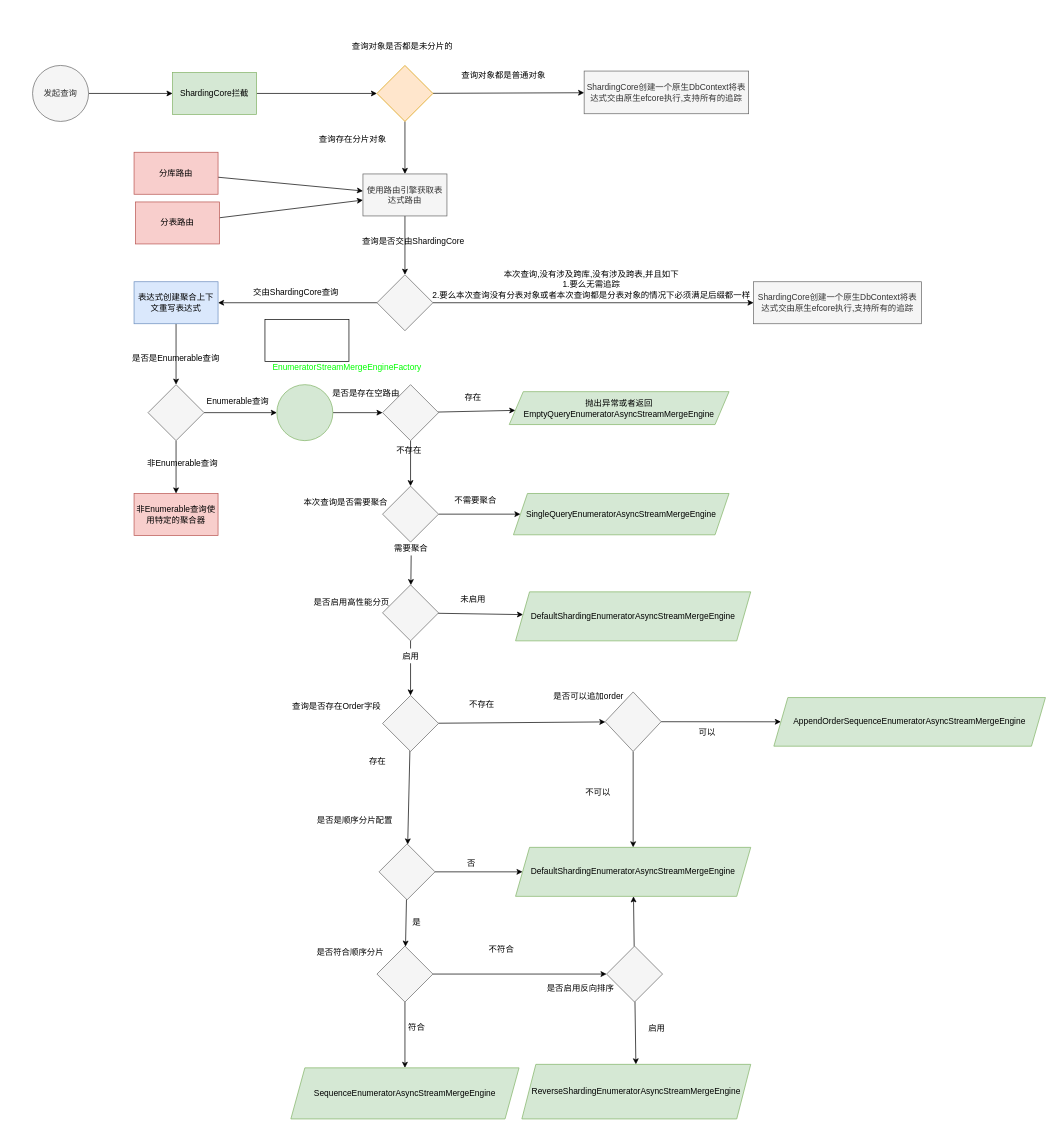
The draw.io diagram draws/query-process.drawio in dorisoy/Sharding-Core-Doc, before the edit. Source tidied: cells renumbered, new cells numbered last; positions are measured from the earlier drawing's top-left corner, leaving out a move shared by most shapes. Both pictures are drawn from the tidied source at 70%, with x=0, y=0 at pixel (32, 38).
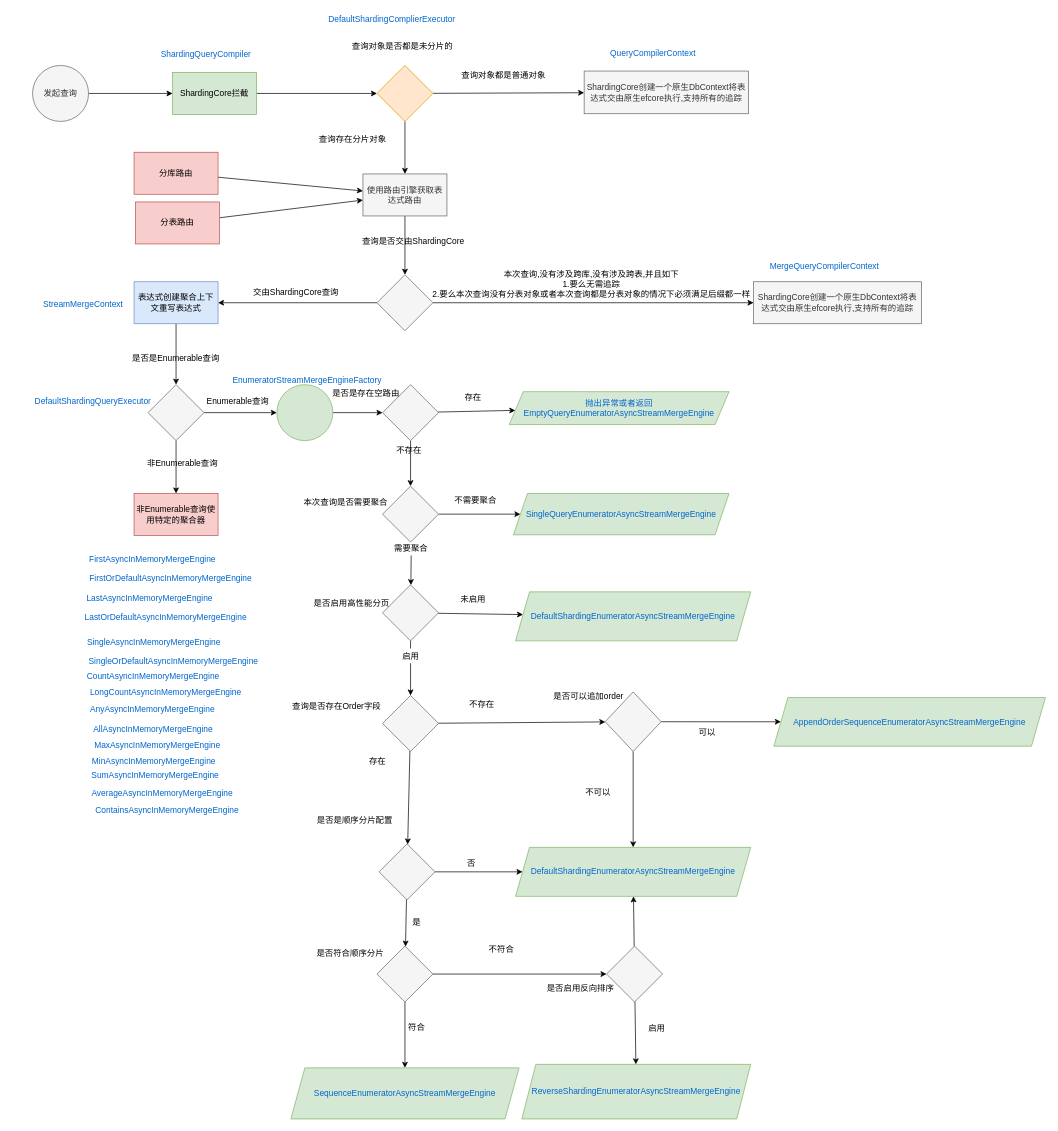
The same page after the edit.

Change to the diagram source:
```diff
@@
-    <mxCell id="41" value="&lt;font color=&quot;#00ff00&quot;&gt;EnumeratorStreamMergeEngineFactory&lt;/font&gt;" style="text;html=1;align=center;verticalAlign=middle;strokeColor=none;" parent="1" vertex="1">
-      <mxGeometry x="337" y="462" width="223" height="18" as="geometry" />
+    <mxCell id="41" value="&lt;font color=&quot;#0066cc&quot;&gt;EnumeratorStreamMergeEngineFactory&lt;/font&gt;" style="text;html=1;align=center;verticalAlign=middle;strokeColor=none;" parent="1" vertex="1">
+      <mxGeometry x="280" y="480" width="223" height="18" as="geometry" />
     </mxCell>
-    <mxCell id="42" style="rounded=0;whiteSpace=wrap;html=1;" parent="1" vertex="1">
-      <mxGeometry x="332" y="402" width="120" height="60" as="geometry" />
-    </mxCell>
-    <mxCell id="43" value="&lt;font color=&quot;#000000&quot;&gt;抛出异常或者返回EmptyQueryEnumeratorAsyncStreamMergeEngine&lt;/font&gt;" style="shape=parallelogram;perimeter=parallelogramPerimeter;whiteSpace=wrap;html=1;fixedSize=1;fillColor=#d5e8d4;strokeColor=#82b366;" parent="1" vertex="1">
+    <mxCell id="43" value="&lt;font color=&quot;#0066cc&quot;&gt;抛出异常或者返回EmptyQueryEnumeratorAsyncStreamMergeEngine&lt;/font&gt;" style="shape=parallelogram;perimeter=parallelogramPerimeter;whiteSpace=wrap;html=1;fixedSize=1;fillColor=#d5e8d4;strokeColor=#82b366;" parent="1" vertex="1">
       <mxGeometry x="681" y="505" width="314" height="47" as="geometry" />
     </mxCell>
@@
-    <mxCell id="50" value="&lt;font color=&quot;#000000&quot;&gt;SingleQueryEnumeratorAsyncStreamMergeEngine&lt;/font&gt;" style="shape=parallelogram;perimeter=parallelogramPerimeter;whiteSpace=wrap;html=1;fixedSize=1;fillColor=#d5e8d4;strokeColor=#82b366;" parent="1" vertex="1">
+    <mxCell id="50" value="&lt;font color=&quot;#0066cc&quot;&gt;SingleQueryEnumeratorAsyncStreamMergeEngine&lt;/font&gt;" style="shape=parallelogram;perimeter=parallelogramPerimeter;whiteSpace=wrap;html=1;fixedSize=1;fillColor=#d5e8d4;strokeColor=#82b366;" parent="1" vertex="1">
       <mxGeometry x="687" y="650.5" width="308" height="59" as="geometry" />
     </mxCell>
@@
-    <mxCell id="56" value="&lt;font color=&quot;#000000&quot;&gt;DefaultShardingEnumeratorAsyncStreamMergeEngine&lt;/font&gt;" style="shape=parallelogram;perimeter=parallelogramPerimeter;whiteSpace=wrap;html=1;fixedSize=1;fillColor=#d5e8d4;strokeColor=#82b366;" parent="1" vertex="1">
+    <mxCell id="56" value="&lt;font color=&quot;#0066cc&quot;&gt;DefaultShardingEnumeratorAsyncStreamMergeEngine&lt;/font&gt;" style="shape=parallelogram;perimeter=parallelogramPerimeter;whiteSpace=wrap;html=1;fixedSize=1;fillColor=#d5e8d4;strokeColor=#82b366;" parent="1" vertex="1">
       <mxGeometry x="690" y="791" width="336" height="70" as="geometry" />
     </mxCell>
@@
-    <mxCell id="65" value="&lt;font color=&quot;#000000&quot;&gt;AppendOrderSequenceEnumeratorAsyncStreamMergeEngine&lt;/font&gt;" style="shape=parallelogram;perimeter=parallelogramPerimeter;whiteSpace=wrap;html=1;fixedSize=1;fillColor=#d5e8d4;strokeColor=#82b366;" parent="1" vertex="1">
+    <mxCell id="65" value="&lt;font color=&quot;#0066cc&quot;&gt;AppendOrderSequenceEnumeratorAsyncStreamMergeEngine&lt;/font&gt;" style="shape=parallelogram;perimeter=parallelogramPerimeter;whiteSpace=wrap;html=1;fixedSize=1;fillColor=#d5e8d4;strokeColor=#82b366;" parent="1" vertex="1">
       <mxGeometry x="1059" y="942" width="388" height="69.5" as="geometry" />
     </mxCell>
@@
-    <mxCell id="80" value="&lt;font color=&quot;#000000&quot;&gt;SequenceEnumeratorAsyncStreamMergeEngine&lt;/font&gt;" style="shape=parallelogram;perimeter=parallelogramPerimeter;whiteSpace=wrap;html=1;fixedSize=1;fillColor=#d5e8d4;strokeColor=#82b366;" parent="1" vertex="1">
+    <mxCell id="80" value="&lt;font color=&quot;#0066cc&quot;&gt;SequenceEnumeratorAsyncStreamMergeEngine&lt;/font&gt;" style="shape=parallelogram;perimeter=parallelogramPerimeter;whiteSpace=wrap;html=1;fixedSize=1;fillColor=#d5e8d4;strokeColor=#82b366;" parent="1" vertex="1">
       <mxGeometry x="369" y="1471" width="326" height="73" as="geometry" />
     </mxCell>
@@
-    <mxCell id="88" value="&lt;font color=&quot;#000000&quot;&gt;ReverseShardingEnumeratorAsyncStreamMergeEngine&lt;/font&gt;" style="shape=parallelogram;perimeter=parallelogramPerimeter;whiteSpace=wrap;html=1;fixedSize=1;fillColor=#d5e8d4;strokeColor=#82b366;" parent="1" vertex="1">
+    <mxCell id="88" value="&lt;font color=&quot;#0066cc&quot;&gt;ReverseShardingEnumeratorAsyncStreamMergeEngine&lt;/font&gt;" style="shape=parallelogram;perimeter=parallelogramPerimeter;whiteSpace=wrap;html=1;fixedSize=1;fillColor=#d5e8d4;strokeColor=#82b366;" parent="1" vertex="1">
       <mxGeometry x="699" y="1466" width="327" height="78" as="geometry" />
     </mxCell>
@@
-    <mxCell id="92" value="&lt;font color=&quot;#000000&quot;&gt;DefaultShardingEnumeratorAsyncStreamMergeEngine&lt;/font&gt;" style="shape=parallelogram;perimeter=parallelogramPerimeter;whiteSpace=wrap;html=1;fixedSize=1;fillColor=#d5e8d4;strokeColor=#82b366;" parent="1" vertex="1">
+    <mxCell id="92" value="&lt;font color=&quot;#0066cc&quot;&gt;DefaultShardingEnumeratorAsyncStreamMergeEngine&lt;/font&gt;" style="shape=parallelogram;perimeter=parallelogramPerimeter;whiteSpace=wrap;html=1;fixedSize=1;fillColor=#d5e8d4;strokeColor=#82b366;" parent="1" vertex="1">
       <mxGeometry x="690" y="1156" width="336" height="70" as="geometry" />
     </mxCell>
@@
+    <mxCell id="94" value="&lt;font color=&quot;#0066cc&quot;&gt;ShardingQueryCompiler&lt;/font&gt;" style="text;html=1;strokeColor=none;fillColor=none;align=center;verticalAlign=middle;whiteSpace=wrap;rounded=0;" parent="1" vertex="1">
+      <mxGeometry x="174" y="12" width="148" height="21" as="geometry" />
+    </mxCell>
+    <mxCell id="95" value="&lt;font color=&quot;#0066cc&quot;&gt;DefaultShardingComplierExecutor&lt;/font&gt;" style="text;html=1;strokeColor=none;fillColor=none;align=center;verticalAlign=middle;whiteSpace=wrap;rounded=0;" parent="1" vertex="1">
+      <mxGeometry x="412" y="-37" width="203" height="22" as="geometry" />
+    </mxCell>
+    <mxCell id="96" value="&lt;font color=&quot;#0066cc&quot;&gt;QueryCompilerContext&lt;/font&gt;" style="text;html=1;strokeColor=none;fillColor=none;align=center;verticalAlign=middle;whiteSpace=wrap;rounded=0;" parent="1" vertex="1">
+      <mxGeometry x="785" y="11" width="203" height="22" as="geometry" />
+    </mxCell>
+    <mxCell id="97" value="&lt;font color=&quot;#0066cc&quot;&gt;StreamMergeContext&lt;/font&gt;" style="text;html=1;strokeColor=none;fillColor=none;align=center;verticalAlign=middle;whiteSpace=wrap;rounded=0;" parent="1" vertex="1">
+      <mxGeometry x="-29" y="370" width="203" height="22" as="geometry" />
+    </mxCell>
+    <mxCell id="98" value="&lt;font color=&quot;#0066cc&quot;&gt;MergeQueryCompilerContext&lt;/font&gt;" style="text;html=1;strokeColor=none;fillColor=none;align=center;verticalAlign=middle;whiteSpace=wrap;rounded=0;" parent="1" vertex="1">
+      <mxGeometry x="1030" y="316" width="203" height="22" as="geometry" />
+    </mxCell>
+    <mxCell id="99" value="&lt;font color=&quot;#0066cc&quot;&gt;DefaultShardingQueryExecutor&lt;/font&gt;" style="text;html=1;align=center;verticalAlign=middle;strokeColor=none;" parent="1" vertex="1">
+      <mxGeometry x="-2" y="509.5" width="176" height="18" as="geometry" />
+    </mxCell>
+    <mxCell id="100" value="&lt;font color=&quot;#0066cc&quot;&gt;FirstAsyncInMemoryMergeEngine&lt;/font&gt;" style="text;html=1;align=center;verticalAlign=middle;strokeColor=none;" parent="1" vertex="1">
+      <mxGeometry x="75" y="736" width="191" height="18" as="geometry" />
+    </mxCell>
+    <mxCell id="101" value="&lt;font color=&quot;#0066cc&quot;&gt;FirstOrDefaultAsyncInMemoryMergeEngine&lt;/font&gt;" style="text;html=1;align=center;verticalAlign=middle;strokeColor=none;" parent="1" vertex="1">
+      <mxGeometry x="76" y="763" width="242" height="18" as="geometry" />
+    </mxCell>
+    <mxCell id="102" value="&lt;font color=&quot;#0066cc&quot;&gt;LastAsyncInMemoryMergeEngine&lt;/font&gt;" style="text;html=1;align=center;verticalAlign=middle;strokeColor=none;" parent="1" vertex="1">
+      <mxGeometry x="72" y="791" width="190" height="18" as="geometry" />
+    </mxCell>
+    <mxCell id="103" value="&lt;font color=&quot;#0066cc&quot;&gt;LastOrDefaultAsyncInMemoryMergeEngine&lt;/font&gt;" style="text;html=1;align=center;verticalAlign=middle;strokeColor=none;" parent="1" vertex="1">
+      <mxGeometry x="69" y="818" width="241" height="18" as="geometry" />
+    </mxCell>
+    <mxCell id="104" value="&lt;font color=&quot;#0066cc&quot;&gt;SingleAsyncInMemoryMergeEngine&lt;/font&gt;" style="text;html=1;align=center;verticalAlign=middle;strokeColor=none;" parent="1" vertex="1">
+      <mxGeometry x="72" y="854" width="201" height="18" as="geometry" />
+    </mxCell>
+    <mxCell id="105" value="&lt;font color=&quot;#0066cc&quot;&gt;SingleOrDefaultAsyncInMemoryMergeEngine&lt;/font&gt;" style="text;html=1;align=center;verticalAlign=middle;strokeColor=none;" parent="1" vertex="1">
+      <mxGeometry x="75" y="881" width="252" height="18" as="geometry" />
+    </mxCell>
+    <mxCell id="106" value="&lt;font color=&quot;#0066cc&quot;&gt;CountAsyncInMemoryMergeEngine&lt;/font&gt;" style="text;html=1;align=center;verticalAlign=middle;strokeColor=none;" parent="1" vertex="1">
+      <mxGeometry x="72" y="903" width="199" height="18" as="geometry" />
+    </mxCell>
+    <mxCell id="107" value="&lt;font color=&quot;#0066cc&quot;&gt;LongCountAsyncInMemoryMergeEngine&lt;/font&gt;" style="text;html=1;align=center;verticalAlign=middle;strokeColor=none;" parent="1" vertex="1">
+      <mxGeometry x="76.5" y="926" width="226" height="18" as="geometry" />
+    </mxCell>
+    <mxCell id="108" value="&lt;font color=&quot;#0066cc&quot;&gt;AnyAsyncInMemoryMergeEngine&lt;/font&gt;" style="text;html=1;align=center;verticalAlign=middle;strokeColor=none;" parent="1" vertex="1">
+      <mxGeometry x="77" y="950" width="188" height="18" as="geometry" />
+    </mxCell>
+    <mxCell id="109" value="&lt;font color=&quot;#0066cc&quot;&gt;AllAsyncInMemoryMergeEngine&lt;/font&gt;" style="text;html=1;align=center;verticalAlign=middle;strokeColor=none;" parent="1" vertex="1">
+      <mxGeometry x="81" y="979" width="181" height="18" as="geometry" />
+    </mxCell>
+    <mxCell id="110" value="&lt;font color=&quot;#0066cc&quot;&gt;MaxAsyncInMemoryMergeEngine&lt;/font&gt;" style="text;html=1;align=center;verticalAlign=middle;strokeColor=none;" parent="1" vertex="1">
+      <mxGeometry x="83" y="1002" width="190" height="18" as="geometry" />
+    </mxCell>
+    <mxCell id="111" value="&lt;font color=&quot;#0066cc&quot;&gt;MinAsyncInMemoryMergeEngine&lt;/font&gt;" style="text;html=1;align=center;verticalAlign=middle;strokeColor=none;" parent="1" vertex="1">
+      <mxGeometry x="79" y="1024" width="187" height="18" as="geometry" />
+    </mxCell>
+    <mxCell id="112" value="&lt;font color=&quot;#0066cc&quot;&gt;SumAsyncInMemoryMergeEngine&lt;/font&gt;" style="text;html=1;align=center;verticalAlign=middle;strokeColor=none;" parent="1" vertex="1">
+      <mxGeometry x="79" y="1045" width="192" height="18" as="geometry" />
+    </mxCell>
+    <mxCell id="113" value="&lt;font color=&quot;#0066cc&quot;&gt;AverageAsyncInMemoryMergeEngine&lt;/font&gt;" style="text;html=1;align=center;verticalAlign=middle;strokeColor=none;" parent="1" vertex="1">
+      <mxGeometry x="79" y="1070" width="212" height="18" as="geometry" />
+    </mxCell>
+    <mxCell id="114" value="&lt;font color=&quot;#0066cc&quot;&gt;ContainsAsyncInMemoryMergeEngine&lt;/font&gt;" style="text;html=1;align=center;verticalAlign=middle;strokeColor=none;" parent="1" vertex="1">
+      <mxGeometry x="84" y="1095" width="215" height="18" as="geometry" />
+    </mxCell>
```
